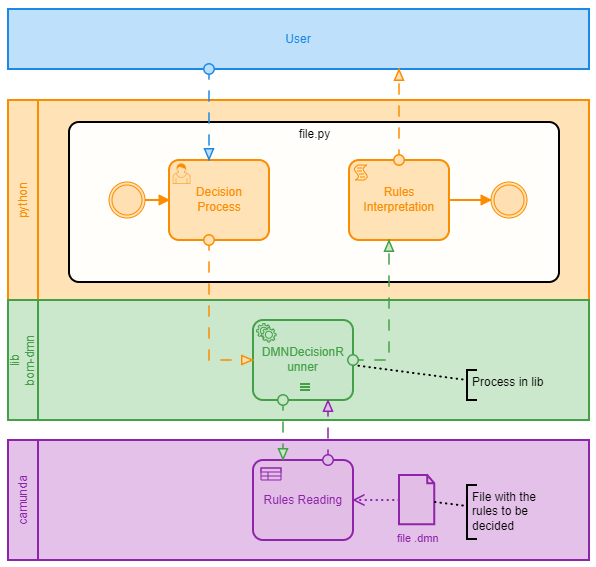
Above: process.PNG in GiovaniPM/DMNTests (BPMN), before the change. Its source is kept beside it as process.bpmn. Ids are renumbered.
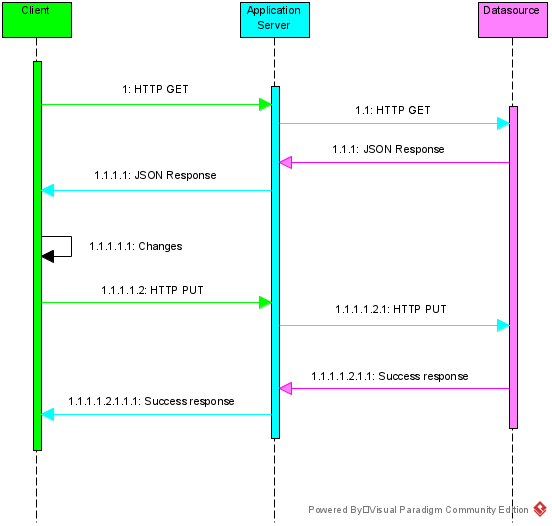
The same file after the commit.

What changed in the source:
```diff
@@ -56,95 +56,95 @@
   <bpmndi:BPMNDiagram id="BPMNDiagram_1">
     <bpmndi:BPMNPlane id="BPMNPlane_1" bpmnElement="Collaboration_n2">
       <bpmndi:BPMNShape id="Participant_n3_di" bpmnElement="Participant_n3" isHorizontal="true" bioc:stroke="rgb(251, 140, 0)" bioc:fill="rgb(255, 224, 178)">
-        <dc:Bounds x="129" y="210" width="581" height="200" />
+        <dc:Bounds x="199" y="210" width="581" height="200" />
       </bpmndi:BPMNShape>
       <bpmndi:BPMNShape id="Activity_n20_di" bpmnElement="Activity_n20" isExpanded="true">
-        <dc:Bounds x="190" y="232" width="490" height="160" />
+        <dc:Bounds x="260" y="232" width="490" height="158" />
       </bpmndi:BPMNShape>
       <bpmndi:BPMNEdge id="Flow_n22_di" bpmnElement="Flow_n22" bioc:stroke="rgb(251, 140, 0)" bioc:fill="rgb(255, 224, 178)">
-        <di:waypoint x="570" y="310" />
-        <di:waypoint x="612" y="310" />
+        <di:waypoint x="640" y="310" />
+        <di:waypoint x="682" y="310" />
       </bpmndi:BPMNEdge>
       <bpmndi:BPMNEdge id="Flow_n21_di" bpmnElement="Flow_n21" bioc:stroke="rgb(251, 140, 0)" bioc:fill="rgb(255, 224, 178)">
-        <di:waypoint x="266" y="310" />
-        <di:waypoint x="290" y="310" />
+        <di:waypoint x="336" y="310" />
+        <di:waypoint x="360" y="310" />
       </bpmndi:BPMNEdge>
       <bpmndi:BPMNShape id="Activity_0i2wk5i_di" bpmnElement="Activity_n11" bioc:stroke="rgb(251, 140, 0)" bioc:fill="rgb(255, 224, 178)">
-        <dc:Bounds x="290" y="270" width="100" height="80" />
+        <dc:Bounds x="360" y="270" width="100" height="80" />
       </bpmndi:BPMNShape>
       <bpmndi:BPMNShape id="Activity_0eeanee_di" bpmnElement="Activity_n13" bioc:stroke="rgb(251, 140, 0)" bioc:fill="rgb(255, 224, 178)">
-        <dc:Bounds x="470" y="270" width="100" height="80" />
+        <dc:Bounds x="540" y="270" width="100" height="80" />
       </bpmndi:BPMNShape>
       <bpmndi:BPMNShape id="Event_09a9pzv_di" bpmnElement="Event_n23" bioc:stroke="rgb(251, 140, 0)" bioc:fill="rgb(255, 224, 178)">
-        <dc:Bounds x="230" y="292" width="36" height="36" />
+        <dc:Bounds x="300" y="292" width="36" height="36" />
       </bpmndi:BPMNShape>
       <bpmndi:BPMNShape id="Event_12lzbfc_di" bpmnElement="Event_n24" bioc:stroke="rgb(251, 140, 0)" bioc:fill="rgb(255, 224, 178)">
-        <dc:Bounds x="612" y="292" width="36" height="36" />
+        <dc:Bounds x="682" y="292" width="36" height="36" />
+      </bpmndi:BPMNShape>
+      <bpmndi:BPMNShape id="Participant_n7_di" bpmnElement="Participant_n7" isHorizontal="true" bioc:stroke="rgb(67, 160, 71)" bioc:fill="rgb(200, 230, 201)">
+        <dc:Bounds x="199" y="410" width="581" height="120" />
+      </bpmndi:BPMNShape>
+      <bpmndi:BPMNShape id="TextAnnotation_n31_di" bpmnElement="TextAnnotation_n31" bioc:stroke="rgb(67, 160, 71)" bioc:fill="rgb(200, 230, 201)">
+        <dc:Bounds x="658" y="474" width="100" height="30" />
+      </bpmndi:BPMNShape>
+      <bpmndi:BPMNShape id="Activity_1cxzxe9_di" bpmnElement="Activity_n15" bioc:stroke="rgb(67, 160, 71)" bioc:fill="rgb(200, 230, 201)">
+        <dc:Bounds x="444" y="430" width="100" height="80" />
+      </bpmndi:BPMNShape>
+      <bpmndi:BPMNEdge id="Association_n32_di" bpmnElement="Association_n32" bioc:stroke="rgb(67, 160, 71)" bioc:fill="rgb(200, 230, 201)">
+        <di:waypoint x="544" y="491" />
+        <di:waypoint x="658" y="491" />
+      </bpmndi:BPMNEdge>
+      <bpmndi:BPMNShape id="Participant_01dvwfa_di" bpmnElement="Participant_n9" isHorizontal="true" bioc:stroke="rgb(30, 136, 229)" bioc:fill="rgb(187, 222, 251)">
+        <dc:Bounds x="199" y="119" width="581" height="60" />
       </bpmndi:BPMNShape>
       <bpmndi:BPMNShape id="Participant_n5_di" bpmnElement="Participant_n5" isHorizontal="true" bioc:stroke="rgb(142, 36, 170)" bioc:fill="rgb(225, 190, 231)">
-        <dc:Bounds x="129" y="550" width="581" height="120" />
+        <dc:Bounds x="199" y="530" width="581" height="120" />
+      </bpmndi:BPMNShape>
+      <bpmndi:BPMNShape id="TextAnnotation_n29_di" bpmnElement="TextAnnotation_n29" bioc:stroke="rgb(142, 36, 170)" bioc:fill="rgb(225, 190, 231)">
+        <dc:Bounds x="661" y="563" width="100" height="54" />
       </bpmndi:BPMNShape>
       <bpmndi:BPMNShape id="DataObjectReference_n25_di" bpmnElement="DataObjectReference_n25" bioc:stroke="rgb(142, 36, 170)" bioc:fill="rgb(225, 190, 231)">
-        <dc:Bounds x="520" y="585" width="36" height="50" />
+        <dc:Bounds x="590" y="565" width="36" height="50" />
         <bpmndi:BPMNLabel>
-          <dc:Bounds x="520" y="642" width="38" height="14" />
+          <dc:Bounds x="590" y="622" width="38" height="14" />
         </bpmndi:BPMNLabel>
       </bpmndi:BPMNShape>
       <bpmndi:BPMNShape id="Activity_1vzoebg_di" bpmnElement="Activity_n18" bioc:stroke="rgb(142, 36, 170)" bioc:fill="rgb(225, 190, 231)">
-        <dc:Bounds x="374" y="570" width="100" height="80" />
+        <dc:Bounds x="444" y="550" width="100" height="80" />
       </bpmndi:BPMNShape>
-      <bpmndi:BPMNShape id="TextAnnotation_n29_di" bpmnElement="TextAnnotation_n29">
-        <dc:Bounds x="588" y="595" width="100" height="54" />
-      </bpmndi:BPMNShape>
-      <bpmndi:BPMNEdge id="Association_n30_di" bpmnElement="Association_n30">
-        <di:waypoint x="556" y="612" />
-        <di:waypoint x="588" y="616" />
-      </bpmndi:BPMNEdge>
-      <bpmndi:BPMNShape id="Participant_n7_di" bpmnElement="Participant_n7" isHorizontal="true" bioc:stroke="rgb(67, 160, 71)" bioc:fill="rgb(200, 230, 201)">
-        <dc:Bounds x="129" y="410" width="581" height="120" />
-      </bpmndi:BPMNShape>
-      <bpmndi:BPMNShape id="Activity_1cxzxe9_di" bpmnElement="Activity_n15" bioc:stroke="rgb(67, 160, 71)" bioc:fill="rgb(200, 230, 201)">
-        <dc:Bounds x="374" y="430" width="100" height="80" />
-      </bpmndi:BPMNShape>
-      <bpmndi:BPMNShape id="TextAnnotation_n31_di" bpmnElement="TextAnnotation_n31">
-        <dc:Bounds x="588" y="480" width="100" height="30" />
-      </bpmndi:BPMNShape>
-      <bpmndi:BPMNEdge id="Association_n32_di" bpmnElement="Association_n32">
-        <di:waypoint x="474" y="475" />
-        <di:waypoint x="588" y="490" />
-      </bpmndi:BPMNEdge>
-      <bpmndi:BPMNShape id="Participant_01dvwfa_di" bpmnElement="Participant_n9" isHorizontal="true" bioc:stroke="rgb(30, 136, 229)" bioc:fill="rgb(187, 222, 251)">
-        <dc:Bounds x="129" y="119" width="581" height="60" />
-      </bpmndi:BPMNShape>
-      <bpmndi:BPMNEdge id="DataInputAssociation_n28_di" bpmnElement="DataInputAssociation_n28" bioc:stroke="rgb(142, 36, 170)" bioc:fill="rgb(225, 190, 231)">
-        <di:waypoint x="520" y="610" />
-        <di:waypoint x="474" y="610" />
+      <bpmndi:BPMNEdge id="Association_n30_di" bpmnElement="Association_n30" bioc:stroke="rgb(142, 36, 170)" bioc:fill="rgb(225, 190, 231)">
+        <di:waypoint x="626" y="590" />
+        <di:waypoint x="661" y="590" />
       </bpmndi:BPMNEdge>
       <bpmndi:BPMNEdge id="Flow_n10_di" bpmnElement="Flow_n10" bioc:stroke="rgb(30, 136, 229)" bioc:fill="rgb(187, 222, 251)">
-        <di:waypoint x="330" y="179" />
-        <di:waypoint x="330" y="270" />
+        <di:waypoint x="400" y="179" />
+        <di:waypoint x="400" y="270" />
+      </bpmndi:BPMNEdge>
+      <bpmndi:BPMNEdge id="Flow_n14_di" bpmnElement="Flow_n14" bioc:stroke="rgb(251, 140, 0)" bioc:fill="rgb(255, 224, 178)">
+        <di:waypoint x="400" y="350" />
+        <di:waypoint x="400" y="470" />
+        <di:waypoint x="444" y="470" />
+      </bpmndi:BPMNEdge>
+      <bpmndi:BPMNEdge id="Flow_n16_di" bpmnElement="Flow_n16" bioc:stroke="rgb(67, 160, 71)" bioc:fill="rgb(200, 230, 201)">
+        <di:waypoint x="544" y="470" />
+        <di:waypoint x="580" y="470" />
+        <di:waypoint x="580" y="350" />
       </bpmndi:BPMNEdge>
       <bpmndi:BPMNEdge id="Flow_n12_di" bpmnElement="Flow_n12" bioc:stroke="rgb(251, 140, 0)" bioc:fill="rgb(255, 224, 178)">
-        <di:waypoint x="520" y="270" />
-        <di:waypoint x="520" y="179" />
+        <di:waypoint x="590" y="270" />
+        <di:waypoint x="590" y="179" />
       </bpmndi:BPMNEdge>
-      <bpmndi:BPMNEdge id="Flow_n14_di" bpmnElement="Flow_n14" bioc:stroke="rgb(251, 140, 0)" bioc:fill="rgb(255, 224, 178)">
-        <di:waypoint x="330" y="350" />
-        <di:waypoint x="330" y="470" />
-        <di:waypoint x="374" y="470" />
-      </bpmndi:BPMNEdge>
-      <bpmndi:BPMNEdge id="Flow_n16_di" bpmnElement="Flow_n16" bioc:stroke="rgb(67, 160, 71)" bioc:fill="rgb(200, 230, 201)">
-        <di:waypoint x="474" y="470" />
-        <di:waypoint x="510" y="470" />
-        <di:waypoint x="510" y="350" />
+      <bpmndi:BPMNEdge id="Flow_n19_di" bpmnElement="Flow_n19" bioc:stroke="rgb(142, 36, 170)" bioc:fill="rgb(225, 190, 231)">
+        <di:waypoint x="519" y="550" />
+        <di:waypoint x="519" y="510" />
       </bpmndi:BPMNEdge>
       <bpmndi:BPMNEdge id="Flow_n17_di" bpmnElement="Flow_n17" bioc:stroke="rgb(67, 160, 71)" bioc:fill="rgb(200, 230, 201)">
-        <di:waypoint x="404" y="510" />
-        <di:waypoint x="404" y="570" />
+        <di:waypoint x="474" y="510" />
+        <di:waypoint x="474" y="550" />
       </bpmndi:BPMNEdge>
-      <bpmndi:BPMNEdge id="Flow_n19_di" bpmnElement="Flow_n19" bioc:stroke="rgb(142, 36, 170)" bioc:fill="rgb(225, 190, 231)">
-        <di:waypoint x="449" y="570" />
-        <di:waypoint x="449" y="510" />
+      <bpmndi:BPMNEdge id="DataInputAssociation_n28_di" bpmnElement="DataInputAssociation_n28" bioc:stroke="rgb(142, 36, 170)" bioc:fill="rgb(225, 190, 231)">
+        <di:waypoint x="590" y="590" />
+        <di:waypoint x="544" y="590" />
       </bpmndi:BPMNEdge>
     </bpmndi:BPMNPlane>
   </bpmndi:BPMNDiagram>
```
